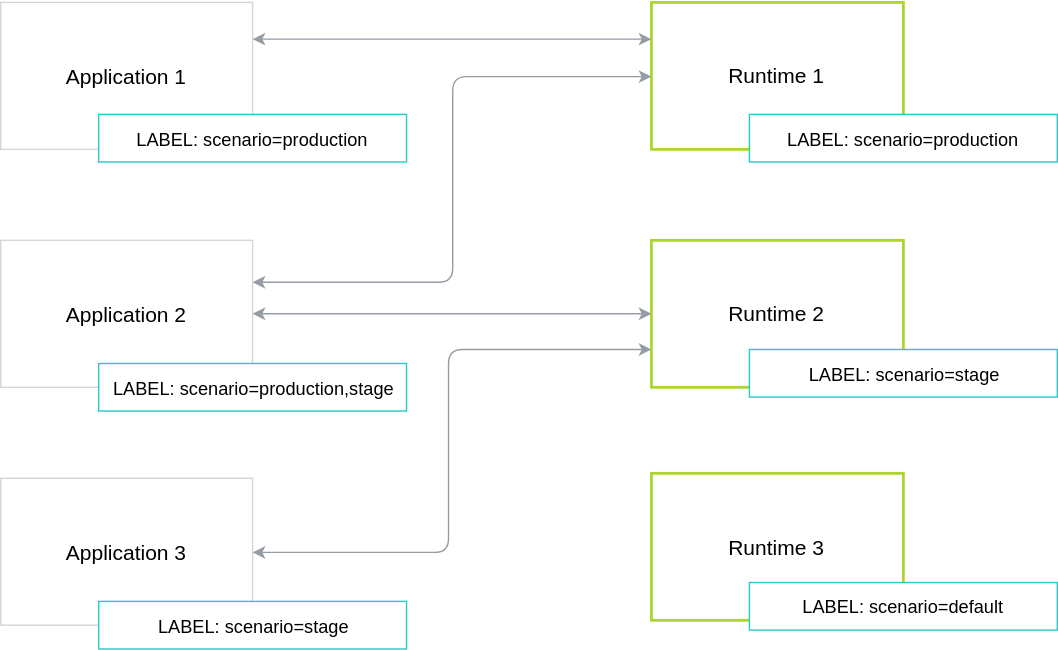
The draw.io diagram docs/compass/assets/scenarios.svg in kyma-project/kyma, before a commit. Source tidied: cells renumbered, new cells last; positions are measured from the earlier drawing's top-left corner, leaving out a move shared by most shapes. Source of this version:
```xml
<mxGraphModel background="#FFFFFF">
  <root>
    <mxCell id="0" />
    <mxCell id="1" parent="0" />
    <mxCell id="2" value="&lt;font style=&quot;font-size: 15px&quot;&gt;Application 1&lt;/font&gt;" style="rounded=0;whiteSpace=wrap;html=1;strokeColor=#D2D5D9;strokeWidth=1;" parent="1" vertex="1">
      <mxGeometry width="180" height="105" as="geometry" />
    </mxCell>
    <mxCell id="3" value="&lt;font style=&quot;font-size: 15px&quot;&gt;Application 2&lt;/font&gt;" style="rounded=0;whiteSpace=wrap;html=1;strokeColor=#D2D5D9;strokeWidth=1;" parent="1" vertex="1">
      <mxGeometry y="170" width="180" height="105" as="geometry" />
    </mxCell>
    <mxCell id="4" value="&lt;font style=&quot;font-size: 15px&quot;&gt;Application 3&lt;/font&gt;" style="rounded=0;whiteSpace=wrap;html=1;strokeColor=#D2D5D9;strokeWidth=1;" parent="1" vertex="1">
      <mxGeometry y="340" width="180" height="105" as="geometry" />
    </mxCell>
    <mxCell id="5" value="&lt;font style=&quot;font-size: 15px&quot;&gt;Runtime 1&lt;/font&gt;" style="rounded=0;whiteSpace=wrap;html=1;strokeColor=#ACD62F;strokeWidth=2;" parent="1" vertex="1">
      <mxGeometry x="465" width="180" height="105" as="geometry" />
    </mxCell>
    <mxCell id="6" value="&lt;font style=&quot;font-size: 15px&quot;&gt;Runtime 2&lt;/font&gt;" style="rounded=0;whiteSpace=wrap;html=1;strokeColor=#ACD62F;strokeWidth=2;" parent="1" vertex="1">
      <mxGeometry x="465" y="170" width="180" height="105" as="geometry" />
    </mxCell>
    <mxCell id="7" value="&lt;font style=&quot;font-size: 13px&quot;&gt;LABEL: scenario=production&lt;/font&gt;" style="rounded=0;whiteSpace=wrap;html=1;strokeColor=#24CACC;" parent="1" vertex="1">
      <mxGeometry x="70" y="80" width="220" height="34" as="geometry" />
    </mxCell>
    <mxCell id="8" value="&lt;font style=&quot;font-size: 13px&quot;&gt;LABEL: scenario=production,stage&lt;/font&gt;" style="rounded=0;whiteSpace=wrap;html=1;strokeColor=#24CACC;spacingLeft=6;spacingRight=6;" parent="1" vertex="1">
      <mxGeometry x="70" y="258" width="220" height="34" as="geometry" />
    </mxCell>
    <mxCell id="9" value="&lt;font style=&quot;font-size: 13px&quot;&gt;LABEL: scenario=stage&lt;/font&gt;" style="rounded=0;whiteSpace=wrap;html=1;strokeColor=#24CACC;" parent="1" vertex="1">
      <mxGeometry x="70" y="428" width="220" height="34" as="geometry" />
    </mxCell>
    <mxCell id="10" value="&lt;font style=&quot;font-size: 13px&quot;&gt;LABEL: scenario=production&lt;/font&gt;" style="rounded=0;whiteSpace=wrap;html=1;strokeColor=#24CACC;" parent="1" vertex="1">
      <mxGeometry x="535" y="80" width="220" height="34" as="geometry" />
    </mxCell>
    <mxCell id="11" value="&lt;font style=&quot;font-size: 13px&quot;&gt;LABEL: scenario=stage&lt;/font&gt;" style="rounded=0;whiteSpace=wrap;html=1;strokeColor=#24CACC;" parent="1" vertex="1">
      <mxGeometry x="535" y="248" width="220" height="34" as="geometry" />
    </mxCell>
    <mxCell id="12" value="&lt;font style=&quot;font-size: 15px&quot;&gt;Runtime 3&lt;/font&gt;" style="rounded=0;whiteSpace=wrap;html=1;strokeColor=#ACD62F;strokeWidth=2;" parent="1" vertex="1">
      <mxGeometry x="465" y="336.5" width="180" height="105" as="geometry" />
    </mxCell>
    <mxCell id="13" value="&lt;font style=&quot;font-size: 13px&quot;&gt;LABEL: scenario=default&lt;/font&gt;" style="rounded=0;whiteSpace=wrap;html=1;strokeColor=#24CACC;" parent="1" vertex="1">
      <mxGeometry x="535" y="414.5" width="220" height="34" as="geometry" />
    </mxCell>
    <mxCell id="14" style="endArrow=classic;startArrow=classic;html=1;exitX=1;exitY=0.25;exitDx=0;exitDy=0;entryX=0;entryY=0.25;entryDx=0;entryDy=0;strokeColor=#959CA4;" parent="1" edge="1" source="2" target="5">
      <mxGeometry relative="1" as="geometry" />
    </mxCell>
    <mxCell id="15" style="endArrow=classic;startArrow=classic;html=1;exitX=1;exitY=0.25;exitDx=0;exitDy=0;entryX=0;entryY=0.5;entryDx=0;entryDy=0;edgeStyle=orthogonalEdgeStyle;strokeColor=#959CA4;" parent="1" edge="1" target="5">
      <mxGeometry relative="1" as="geometry">
        <mxPoint x="180" y="200" as="sourcePoint" />
      </mxGeometry>
    </mxCell>
    <mxCell id="16" style="endArrow=classic;startArrow=classic;html=1;exitX=1;exitY=0.25;exitDx=0;exitDy=0;entryX=0;entryY=0.25;entryDx=0;entryDy=0;strokeColor=#959CA4;" parent="1" edge="1">
      <mxGeometry relative="1" as="geometry">
        <mxPoint x="180" y="222.5" as="sourcePoint" />
        <mxPoint x="465" y="222.5" as="targetPoint" />
      </mxGeometry>
    </mxCell>
    <mxCell id="17" style="endArrow=classic;startArrow=classic;html=1;exitX=1;exitY=0.5;exitDx=0;exitDy=0;entryX=0;entryY=0.25;entryDx=0;entryDy=0;edgeStyle=orthogonalEdgeStyle;strokeColor=#959CA4;" parent="1" edge="1" source="4">
      <mxGeometry relative="1" as="geometry">
        <mxPoint x="465" y="247.5" as="targetPoint" />
        <Array as="points">
          <mxPoint x="320" y="393" />
          <mxPoint x="320" y="248" />
        </Array>
      </mxGeometry>
    </mxCell>
  </root>
</mxGraphModel>
```
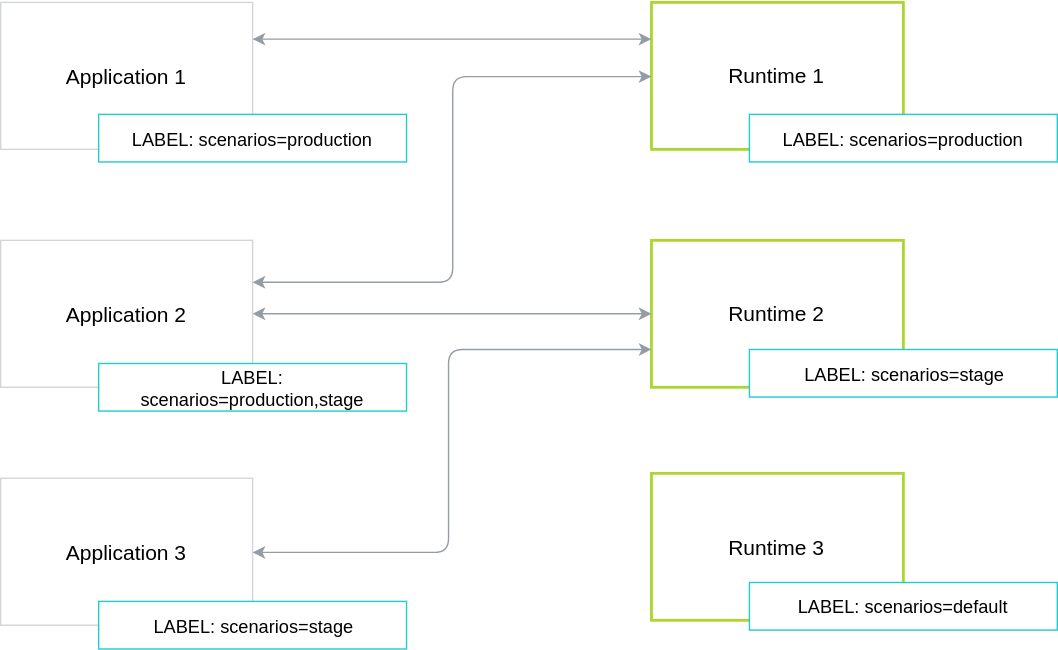
After the commit.

The edit, as a diff of the source:
```diff
@@ -17,25 +17,25 @@
     <mxCell id="6" value="&lt;font style=&quot;font-size: 15px&quot;&gt;Runtime 2&lt;/font&gt;" style="rounded=0;whiteSpace=wrap;html=1;strokeColor=#ACD62F;strokeWidth=2;" parent="1" vertex="1">
       <mxGeometry x="465" y="170" width="180" height="105" as="geometry" />
     </mxCell>
-    <mxCell id="7" value="&lt;font style=&quot;font-size: 13px&quot;&gt;LABEL: scenario=production&lt;/font&gt;" style="rounded=0;whiteSpace=wrap;html=1;strokeColor=#24CACC;" parent="1" vertex="1">
+    <mxCell id="7" value="&lt;font style=&quot;font-size: 13px&quot;&gt;LABEL: scenarios=production&lt;/font&gt;" style="rounded=0;whiteSpace=wrap;html=1;strokeColor=#24CACC;" parent="1" vertex="1">
       <mxGeometry x="70" y="80" width="220" height="34" as="geometry" />
     </mxCell>
-    <mxCell id="8" value="&lt;font style=&quot;font-size: 13px&quot;&gt;LABEL: scenario=production,stage&lt;/font&gt;" style="rounded=0;whiteSpace=wrap;html=1;strokeColor=#24CACC;spacingLeft=6;spacingRight=6;" parent="1" vertex="1">
+    <mxCell id="8" value="&lt;font style=&quot;font-size: 13px&quot;&gt;LABEL: scenarios=production,stage&lt;/font&gt;" style="rounded=0;whiteSpace=wrap;html=1;strokeColor=#24CACC;spacingLeft=6;spacingRight=6;" parent="1" vertex="1">
       <mxGeometry x="70" y="258" width="220" height="34" as="geometry" />
     </mxCell>
-    <mxCell id="9" value="&lt;font style=&quot;font-size: 13px&quot;&gt;LABEL: scenario=stage&lt;/font&gt;" style="rounded=0;whiteSpace=wrap;html=1;strokeColor=#24CACC;" parent="1" vertex="1">
+    <mxCell id="9" value="&lt;font style=&quot;font-size: 13px&quot;&gt;LABEL: scenarios=stage&lt;/font&gt;" style="rounded=0;whiteSpace=wrap;html=1;strokeColor=#24CACC;" parent="1" vertex="1">
       <mxGeometry x="70" y="428" width="220" height="34" as="geometry" />
     </mxCell>
-    <mxCell id="10" value="&lt;font style=&quot;font-size: 13px&quot;&gt;LABEL: scenario=production&lt;/font&gt;" style="rounded=0;whiteSpace=wrap;html=1;strokeColor=#24CACC;" parent="1" vertex="1">
+    <mxCell id="10" value="&lt;font style=&quot;font-size: 13px&quot;&gt;LABEL: scenarios=production&lt;/font&gt;" style="rounded=0;whiteSpace=wrap;html=1;strokeColor=#24CACC;" parent="1" vertex="1">
       <mxGeometry x="535" y="80" width="220" height="34" as="geometry" />
     </mxCell>
-    <mxCell id="11" value="&lt;font style=&quot;font-size: 13px&quot;&gt;LABEL: scenario=stage&lt;/font&gt;" style="rounded=0;whiteSpace=wrap;html=1;strokeColor=#24CACC;" parent="1" vertex="1">
+    <mxCell id="11" value="&lt;font style=&quot;font-size: 13px&quot;&gt;LABEL: scenarios=stage&lt;/font&gt;" style="rounded=0;whiteSpace=wrap;html=1;strokeColor=#24CACC;" parent="1" vertex="1">
       <mxGeometry x="535" y="248" width="220" height="34" as="geometry" />
     </mxCell>
     <mxCell id="12" value="&lt;font style=&quot;font-size: 15px&quot;&gt;Runtime 3&lt;/font&gt;" style="rounded=0;whiteSpace=wrap;html=1;strokeColor=#ACD62F;strokeWidth=2;" parent="1" vertex="1">
       <mxGeometry x="465" y="336.5" width="180" height="105" as="geometry" />
     </mxCell>
-    <mxCell id="13" value="&lt;font style=&quot;font-size: 13px&quot;&gt;LABEL: scenario=default&lt;/font&gt;" style="rounded=0;whiteSpace=wrap;html=1;strokeColor=#24CACC;" parent="1" vertex="1">
+    <mxCell id="13" value="&lt;font style=&quot;font-size: 13px&quot;&gt;LABEL: scenarios=default&lt;/font&gt;" style="rounded=0;whiteSpace=wrap;html=1;strokeColor=#24CACC;" parent="1" vertex="1">
       <mxGeometry x="535" y="414.5" width="220" height="34" as="geometry" />
     </mxCell>
     <mxCell id="14" style="endArrow=classic;startArrow=classic;html=1;exitX=1;exitY=0.25;exitDx=0;exitDy=0;entryX=0;entryY=0.25;entryDx=0;entryDy=0;strokeColor=#959CA4;" parent="1" edge="1" source="2" target="5">
```
